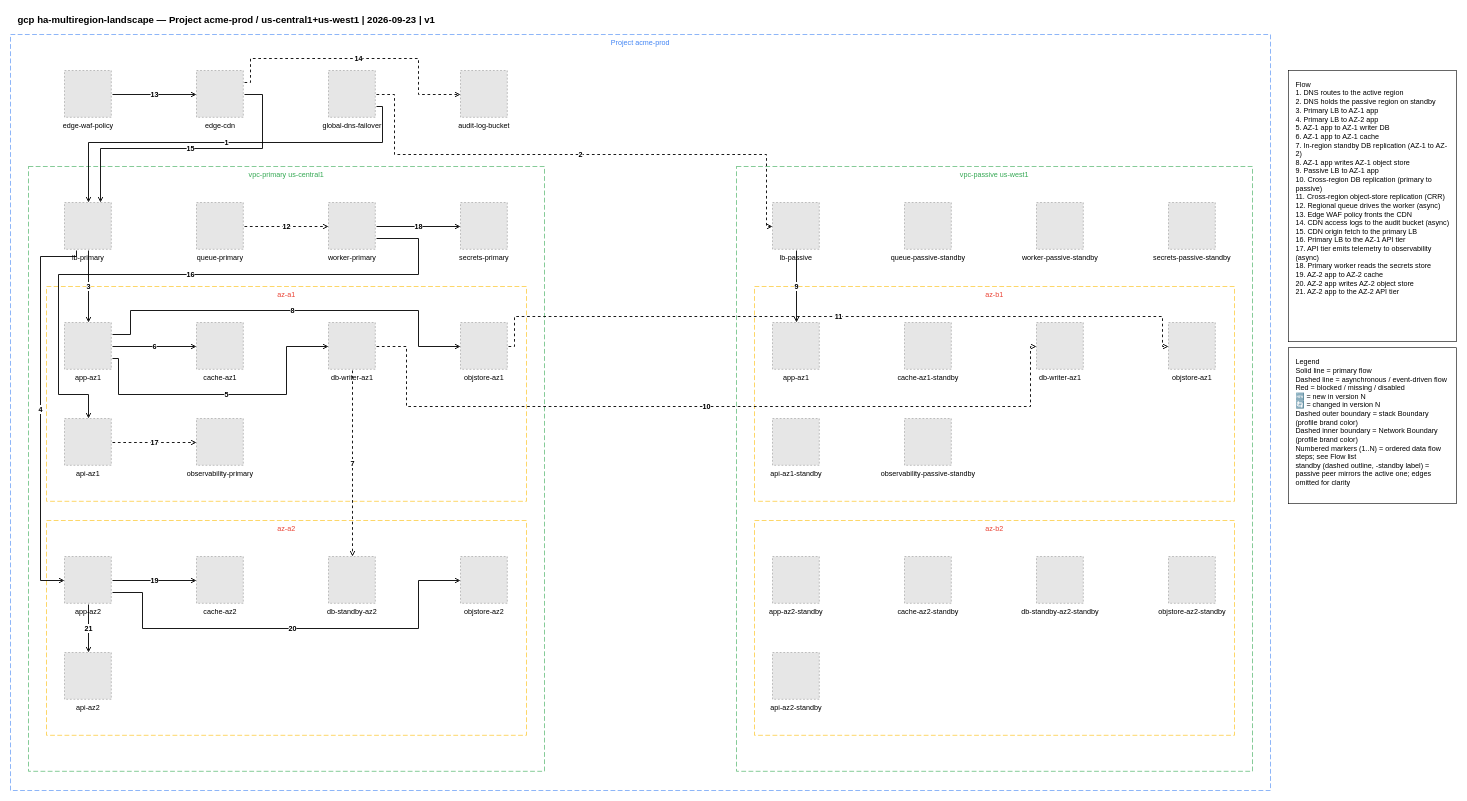
The draw.io diagram examples/gcp/02-gcp-ha-multiregion-landscape.drawio in totoshko88/Cloud_Architecture, before the edit. Source tidied: cells renumbered, new cells numbered last; positions are measured from the earlier drawing's top-left corner, leaving out a move shared by most shapes. Both pictures are drawn from the tidied source at 60%, with x=0, y=0 at pixel (10, 10). Pictures stored in the file or linked from it are replaced by grey dashed boxes.
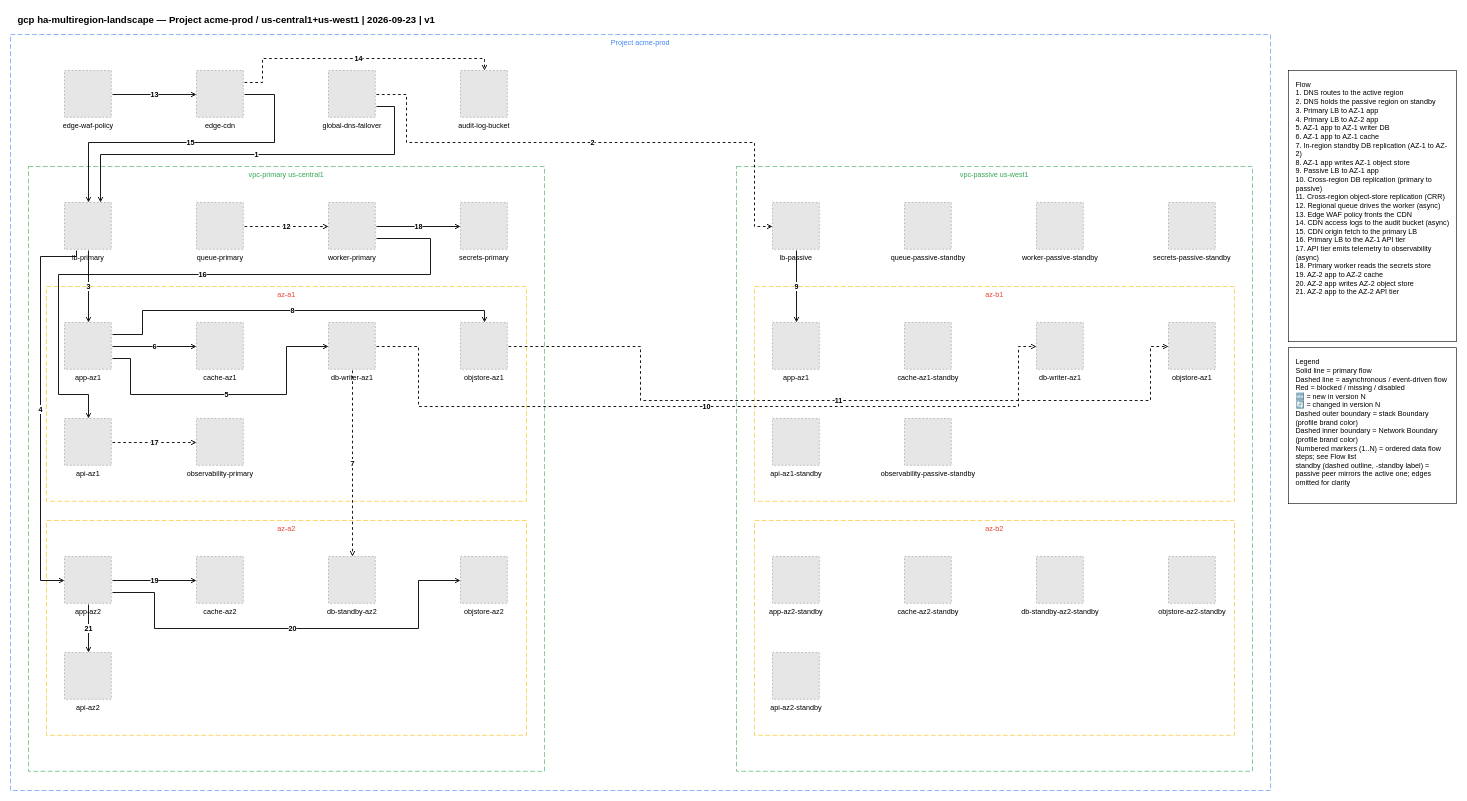
The same diagram, later.

The change refers to these unchanged cells:
```xml
<mxCell id="11" value="global-dns-failover" style="fillColor=#E6E6E6;strokeColor=#999999;dashed=1;verticalLabelPosition=bottom;verticalAlign=top;html=1;align=center;fontSize=12;" parent="1" vertex="1">
  <mxGeometry x="530" y="100" width="78" height="78" as="geometry" />
</mxCell>
<mxCell id="12" value="edge-cdn" style="fillColor=#E6E6E6;strokeColor=#999999;dashed=1;verticalLabelPosition=bottom;verticalAlign=top;html=1;align=center;fontSize=12;" parent="1" vertex="1">
  <mxGeometry x="310" y="100" width="78" height="78" as="geometry" />
</mxCell>
<mxCell id="13" value="audit-log-bucket" style="fillColor=#E6E6E6;strokeColor=#999999;dashed=1;verticalLabelPosition=bottom;verticalAlign=top;html=1;align=center;fontSize=12;" parent="1" vertex="1">
  <mxGeometry x="750" y="100" width="78" height="78" as="geometry" />
</mxCell>
<mxCell id="14" value="lb-primary" style="fillColor=#E6E6E6;strokeColor=#999999;dashed=1;verticalLabelPosition=bottom;verticalAlign=top;html=1;align=center;fontSize=12;" parent="1" vertex="1">
  <mxGeometry x="90" y="320" width="78" height="78" as="geometry" />
</mxCell>
<mxCell id="16" value="worker-primary" style="fillColor=#E6E6E6;strokeColor=#999999;dashed=1;verticalLabelPosition=bottom;verticalAlign=top;html=1;align=center;fontSize=12;" parent="1" vertex="1">
  <mxGeometry x="530" y="320" width="78" height="78" as="geometry" />
</mxCell>
<mxCell id="18" value="db-writer-az1" style="fillColor=#E6E6E6;strokeColor=#999999;dashed=1;verticalLabelPosition=bottom;verticalAlign=top;html=1;align=center;fontSize=12;" parent="1" vertex="1">
  <mxGeometry x="530" y="520" width="78" height="78" as="geometry" />
</mxCell>
<mxCell id="19" value="objstore-az1" style="fillColor=#E6E6E6;strokeColor=#999999;dashed=1;verticalLabelPosition=bottom;verticalAlign=top;html=1;align=center;fontSize=12;" parent="1" vertex="1">
  <mxGeometry x="750" y="520" width="78" height="78" as="geometry" />
</mxCell>
<mxCell id="20" value="app-az1" style="fillColor=#E6E6E6;strokeColor=#999999;dashed=1;verticalLabelPosition=bottom;verticalAlign=top;html=1;align=center;fontSize=12;" parent="1" vertex="1">
  <mxGeometry x="90" y="520" width="78" height="78" as="geometry" />
</mxCell>
<mxCell id="21" value="api-az1" style="fillColor=#E6E6E6;strokeColor=#999999;dashed=1;verticalLabelPosition=bottom;verticalAlign=top;html=1;align=center;fontSize=12;" parent="1" vertex="1">
  <mxGeometry x="90" y="680" width="78" height="78" as="geometry" />
</mxCell>
<mxCell id="25" value="objstore-az2" style="fillColor=#E6E6E6;strokeColor=#999999;dashed=1;verticalLabelPosition=bottom;verticalAlign=top;html=1;align=center;fontSize=12;" parent="1" vertex="1">
  <mxGeometry x="750" y="910" width="78" height="78" as="geometry" />
</mxCell>
<mxCell id="26" value="app-az2" style="fillColor=#E6E6E6;strokeColor=#999999;dashed=1;verticalLabelPosition=bottom;verticalAlign=top;html=1;align=center;fontSize=12;" parent="1" vertex="1">
  <mxGeometry x="90" y="910" width="78" height="78" as="geometry" />
</mxCell>
<mxCell id="29" value="lb-passive" style="fillColor=#E6E6E6;strokeColor=#999999;dashed=1;verticalLabelPosition=bottom;verticalAlign=top;html=1;align=center;fontSize=12;" parent="1" vertex="1">
  <mxGeometry x="1270" y="320" width="78" height="78" as="geometry" />
</mxCell>
<mxCell id="33" value="db-writer-az1" style="fillColor=#E6E6E6;strokeColor=#999999;dashed=1;verticalLabelPosition=bottom;verticalAlign=top;html=1;align=center;fontSize=12;" parent="1" vertex="1">
  <mxGeometry x="1710" y="520" width="78" height="78" as="geometry" />
</mxCell>
<mxCell id="34" value="objstore-az1" style="fillColor=#E6E6E6;strokeColor=#999999;dashed=1;verticalLabelPosition=bottom;verticalAlign=top;html=1;align=center;fontSize=12;" parent="1" vertex="1">
  <mxGeometry x="1930" y="520" width="78" height="78" as="geometry" />
</mxCell>
```

What changed in the source:
```diff
@@
-    <mxCell id="44" value="1" style="edgeStyle=orthogonalEdgeStyle;rounded=0;html=1;endArrow=open;endFill=0;strokeWidth=1.5;exitX=1.0256410256410255;exitY=0.7692307692307693;exitDx=0;exitDy=0;exitPerimeter=0;entryX=0.5128205128205128;entryY=0.0;entryDx=0;entryDy=0;fontSize=12;fontStyle=1;" parent="1" edge="1" source="11" target="14">
+    <mxCell id="44" value="1" style="edgeStyle=orthogonalEdgeStyle;rounded=0;html=1;endArrow=open;endFill=0;strokeWidth=1.5;exitX=1.0256410256410255;exitY=0.7692307692307693;exitDx=0;exitDy=0;exitPerimeter=0;entryX=0.7692307692307693;entryY=0.0;entryDx=0;entryDy=0;fontSize=12;fontStyle=1;" parent="1" edge="1" source="11" target="14">
       <mxGeometry relative="1" as="geometry">
         <Array as="points">
-          <mxPoint x="620" y="160" />
-          <mxPoint x="620" y="220" />
-          <mxPoint x="130" y="220" />
+          <mxPoint x="640" y="160" />
+          <mxPoint x="640" y="240" />
+          <mxPoint x="150" y="240" />
         </Array>
       </mxGeometry>
     </mxCell>
     <mxCell id="45" value="2" style="edgeStyle=orthogonalEdgeStyle;rounded=0;html=1;endArrow=open;endFill=0;strokeWidth=1.5;dashed=1;exitX=1.0256410256410255;exitY=0.5128205128205128;exitDx=0;exitDy=0;exitPerimeter=0;entryX=0.0;entryY=0.5128205128205128;entryDx=0;entryDy=0;fontSize=12;fontStyle=1;" parent="1" edge="1" source="11" target="29">
       <mxGeometry relative="1" as="geometry">
         <Array as="points">
-          <mxPoint x="640" y="140" />
-          <mxPoint x="640" y="240" />
-          <mxPoint x="1260" y="240" />
-          <mxPoint x="1260" y="360" />
+          <mxPoint x="660" y="140" />
+          <mxPoint x="660" y="220" />
+          <mxPoint x="1240" y="220" />
+          <mxPoint x="1240" y="360" />
         </Array>
       </mxGeometry>
     </mxCell>
@@
     <mxCell id="48" value="5" style="edgeStyle=orthogonalEdgeStyle;rounded=0;html=1;endArrow=open;endFill=0;strokeWidth=1.5;exitX=1.0256410256410255;exitY=0.7692307692307693;exitDx=0;exitDy=0;exitPerimeter=0;entryX=0.0;entryY=0.5128205128205128;entryDx=0;entryDy=0;fontSize=12;fontStyle=1;" parent="1" edge="1" source="20" target="18">
       <mxGeometry relative="1" as="geometry">
         <Array as="points">
-          <mxPoint x="180" y="580" />
-          <mxPoint x="180" y="640" />
+          <mxPoint x="200" y="580" />
+          <mxPoint x="200" y="640" />
           <mxPoint x="460" y="640" />
           <mxPoint x="460" y="560" />
         </Array>
       </mxGeometry>
     </mxCell>
@@
-    <mxCell id="51" value="8" style="edgeStyle=orthogonalEdgeStyle;rounded=0;html=1;endArrow=open;endFill=0;strokeWidth=1.5;exitX=1.0256410256410255;exitY=0.2564102564102564;exitDx=0;exitDy=0;exitPerimeter=0;entryX=0.0;entryY=0.5128205128205128;entryDx=0;entryDy=0;fontSize=12;fontStyle=1;" parent="1" edge="1" source="20" target="19">
+    <mxCell id="51" value="8" style="edgeStyle=orthogonalEdgeStyle;rounded=0;html=1;endArrow=open;endFill=0;strokeWidth=1.5;exitX=1.0256410256410255;exitY=0.2564102564102564;exitDx=0;exitDy=0;exitPerimeter=0;entryX=0.5128205128205128;entryY=0.0;entryDx=0;entryDy=0;fontSize=12;fontStyle=1;" parent="1" edge="1" source="20" target="19">
       <mxGeometry relative="1" as="geometry">
         <Array as="points">
-          <mxPoint x="200" y="540" />
-          <mxPoint x="200" y="500" />
-          <mxPoint x="680" y="500" />
-          <mxPoint x="680" y="560" />
+          <mxPoint x="220" y="540" />
+          <mxPoint x="220" y="500" />
+          <mxPoint x="790" y="500" />
         </Array>
       </mxGeometry>
     </mxCell>
@@
     <mxCell id="53" value="10" style="edgeStyle=orthogonalEdgeStyle;rounded=0;html=1;endArrow=open;endFill=0;strokeWidth=1.5;dashed=1;exitX=1.0256410256410255;exitY=0.5128205128205128;exitDx=0;exitDy=0;exitPerimeter=0;entryX=0.0;entryY=0.5128205128205128;entryDx=0;entryDy=0;fontSize=12;fontStyle=1;" parent="1" edge="1" source="18" target="33">
       <mxGeometry relative="1" as="geometry">
         <Array as="points">
-          <mxPoint x="660" y="560" />
-          <mxPoint x="660" y="660" />
-          <mxPoint x="1700" y="660" />
-          <mxPoint x="1700" y="560" />
+          <mxPoint x="680" y="560" />
+          <mxPoint x="680" y="660" />
+          <mxPoint x="1680" y="660" />
+          <mxPoint x="1680" y="560" />
         </Array>
       </mxGeometry>
     </mxCell>
     <mxCell id="54" value="11" style="edgeStyle=orthogonalEdgeStyle;rounded=0;html=1;endArrow=open;endFill=0;strokeWidth=1.5;dashed=1;exitX=1.0256410256410255;exitY=0.5128205128205128;exitDx=0;exitDy=0;exitPerimeter=0;entryX=0.0;entryY=0.5128205128205128;entryDx=0;entryDy=0;fontSize=12;fontStyle=1;" parent="1" edge="1" source="19" target="34">
       <mxGeometry relative="1" as="geometry">
         <Array as="points">
-          <mxPoint x="840" y="560" />
-          <mxPoint x="840" y="510" />
-          <mxPoint x="1920" y="510" />
-          <mxPoint x="1920" y="560" />
+          <mxPoint x="1050" y="560" />
+          <mxPoint x="1050" y="650" />
+          <mxPoint x="1900" y="650" />
+          <mxPoint x="1900" y="560" />
         </Array>
       </mxGeometry>
     </mxCell>
@@
-    <mxCell id="57" value="14" style="edgeStyle=orthogonalEdgeStyle;rounded=0;html=1;endArrow=open;endFill=0;strokeWidth=1.5;dashed=1;exitX=1.0256410256410255;exitY=0.2564102564102564;exitDx=0;exitDy=0;exitPerimeter=0;entryX=0.0;entryY=0.5128205128205128;entryDx=0;entryDy=0;fontSize=12;fontStyle=1;" parent="1" edge="1" source="12" target="13">
+    <mxCell id="57" value="14" style="edgeStyle=orthogonalEdgeStyle;rounded=0;html=1;endArrow=open;endFill=0;strokeWidth=1.5;dashed=1;exitX=1.0256410256410255;exitY=0.2564102564102564;exitDx=0;exitDy=0;exitPerimeter=0;entryX=0.5128205128205128;entryY=0.0;entryDx=0;entryDy=0;fontSize=12;fontStyle=1;" parent="1" edge="1" source="12" target="13">
       <mxGeometry relative="1" as="geometry">
         <Array as="points">
-          <mxPoint x="400" y="120" />
-          <mxPoint x="400" y="80" />
-          <mxPoint x="680" y="80" />
-          <mxPoint x="680" y="140" />
+          <mxPoint x="420" y="120" />
+          <mxPoint x="420" y="80" />
+          <mxPoint x="790" y="80" />
         </Array>
       </mxGeometry>
     </mxCell>
-    <mxCell id="58" value="15" style="edgeStyle=orthogonalEdgeStyle;rounded=0;html=1;endArrow=open;endFill=0;strokeWidth=1.5;exitX=1.0256410256410255;exitY=0.5128205128205128;exitDx=0;exitDy=0;exitPerimeter=0;entryX=0.7692307692307693;entryY=0.0;entryDx=0;entryDy=0;fontSize=12;fontStyle=1;" parent="1" edge="1" source="12" target="14">
+    <mxCell id="58" value="15" style="edgeStyle=orthogonalEdgeStyle;rounded=0;html=1;endArrow=open;endFill=0;strokeWidth=1.5;exitX=1.0256410256410255;exitY=0.5128205128205128;exitDx=0;exitDy=0;exitPerimeter=0;entryX=0.5128205128205128;entryY=0.0;entryDx=0;entryDy=0;fontSize=12;fontStyle=1;" parent="1" edge="1" source="12" target="14">
       <mxGeometry relative="1" as="geometry">
         <Array as="points">
-          <mxPoint x="420" y="140" />
-          <mxPoint x="420" y="230" />
-          <mxPoint x="150" y="230" />
+          <mxPoint x="440" y="140" />
+          <mxPoint x="440" y="220" />
+          <mxPoint x="130" y="220" />
         </Array>
       </mxGeometry>
     </mxCell>
     <mxCell id="59" value="16" style="edgeStyle=orthogonalEdgeStyle;rounded=0;html=1;endArrow=open;endFill=0;strokeWidth=1.5;exitX=1.0256410256410255;exitY=0.7692307692307693;exitDx=0;exitDy=0;exitPerimeter=0;entryX=0.5128205128205128;entryY=0.0;entryDx=0;entryDy=0;fontSize=12;fontStyle=1;" parent="1" edge="1" source="16" target="21">
       <mxGeometry relative="1" as="geometry">
         <Array as="points">
-          <mxPoint x="680" y="380" />
-          <mxPoint x="680" y="440" />
+          <mxPoint x="700" y="380" />
+          <mxPoint x="700" y="440" />
           <mxPoint x="80" y="440" />
           <mxPoint x="80" y="640" />
           <mxPoint x="130" y="640" />
         </Array>
       </mxGeometry>
     </mxCell>
@@
     <mxCell id="63" value="20" style="edgeStyle=orthogonalEdgeStyle;rounded=0;html=1;endArrow=open;endFill=0;strokeWidth=1.5;exitX=1.0256410256410255;exitY=0.7692307692307693;exitDx=0;exitDy=0;exitPerimeter=0;entryX=0.0;entryY=0.5128205128205128;entryDx=0;entryDy=0;fontSize=12;fontStyle=1;" parent="1" edge="1" source="26" target="25">
       <mxGeometry relative="1" as="geometry">
         <Array as="points">
-          <mxPoint x="220" y="970" />
-          <mxPoint x="220" y="1030" />
+          <mxPoint x="240" y="970" />
+          <mxPoint x="240" y="1030" />
           <mxPoint x="680" y="1030" />
           <mxPoint x="680" y="950" />
         </Array>
       </mxGeometry>
     </mxCell>
```
